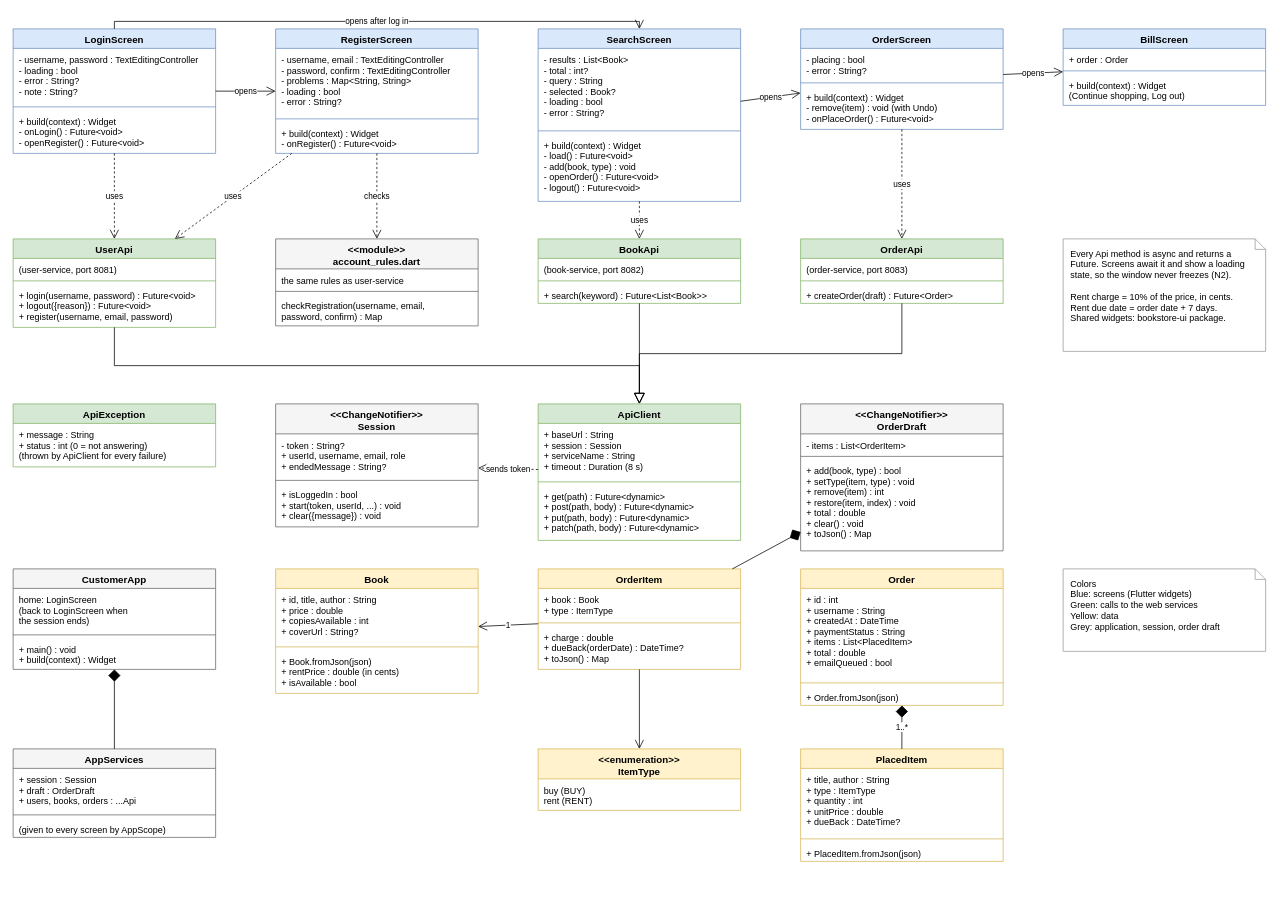
Above: docs/02-design/diagrams/class-customer-app.drawio in KFUPMer/csce310-bookstore (draw.io), before the change. Source tidied: cells renumbered, new cells numbered last; positions are measured from the earlier drawing's top-left corner, leaving out a move shared by most shapes. Both pictures are drawn from the tidied source at 75%, with x=0, y=0 at pixel (13, 28).
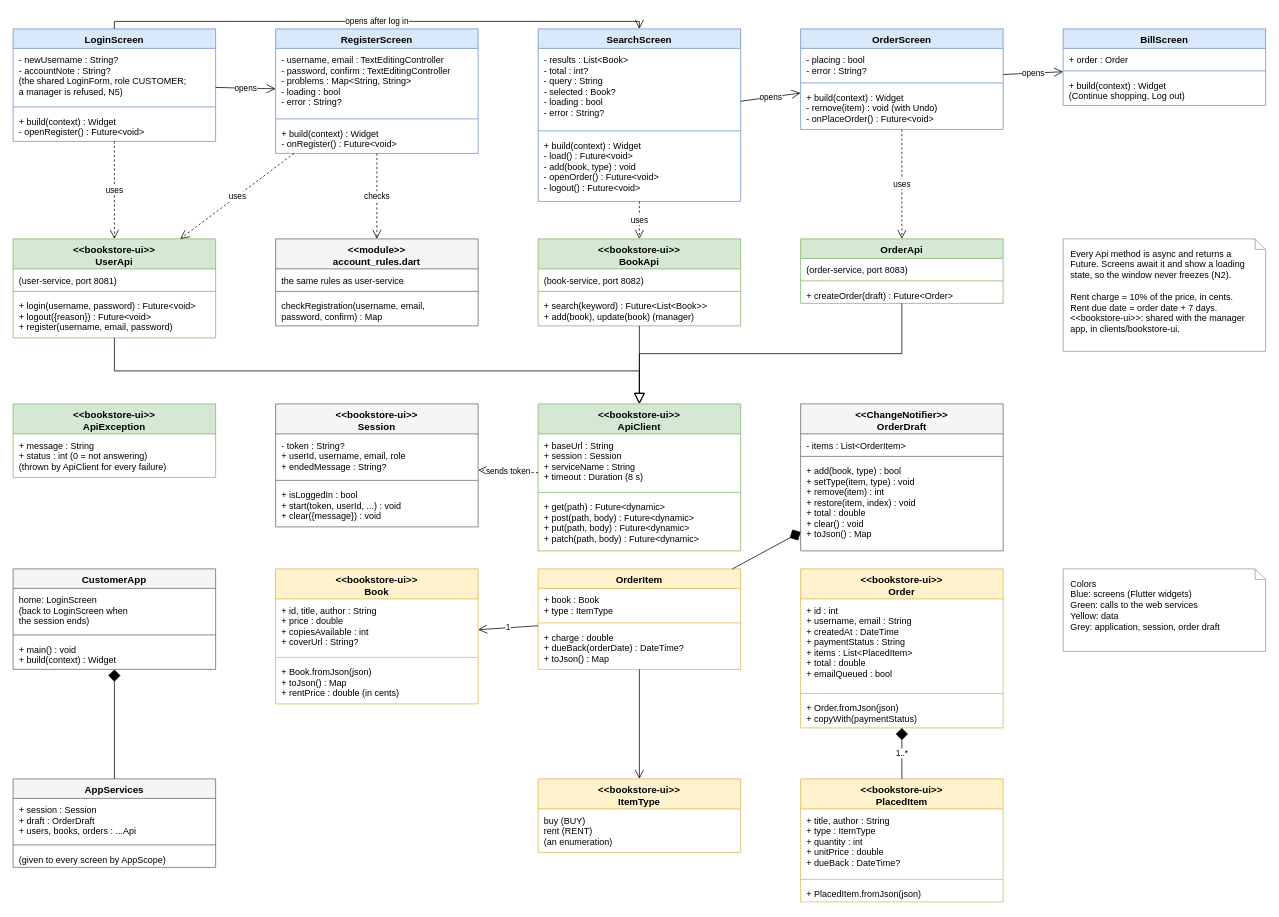
After the change.

Change to the diagram source:
```diff
@@
     <mxCell id="2" value="LoginScreen" style="swimlane;fontStyle=1;align=center;verticalAlign=top;horizontal=1;startSize=26;fillColor=#dae8fc;strokeColor=#6c8ebf;fontSize=13;" parent="1" vertex="1">
-      <mxGeometry width="270" height="166" as="geometry" />
+      <mxGeometry width="270" height="150" as="geometry" />
     </mxCell>
-    <mxCell id="3" value="- username, password : TextEditingController&#10;- loading : bool&#10;- error : String?&#10;- note : String?" style="text;strokeColor=none;fillColor=none;align=left;verticalAlign=top;spacingLeft=6;spacingRight=4;spacingTop=2;overflow=hidden;fontSize=12;" parent="2" vertex="1">
+    <mxCell id="3" value="- newUsername : String?&#10;- accountNote : String?&#10;(the shared LoginForm, role CUSTOMER;&#10; a manager is refused, N5)" style="text;strokeColor=none;fillColor=none;align=left;verticalAlign=top;spacingLeft=6;spacingRight=4;spacingTop=2;overflow=hidden;fontSize=12;" parent="2" vertex="1">
       <mxGeometry y="26" width="270" height="74" as="geometry" />
     </mxCell>
@@
-    <mxCell id="5" value="+ build(context) : Widget&#10;- onLogin() : Future&lt;void&gt;&#10;- openRegister() : Future&lt;void&gt;" style="text;strokeColor=none;fillColor=none;align=left;verticalAlign=top;spacingLeft=6;spacingRight=4;spacingTop=2;overflow=hidden;fontSize=12;" parent="2" vertex="1">
-      <mxGeometry y="108" width="270" height="58" as="geometry" />
+    <mxCell id="5" value="+ build(context) : Widget&#10;- openRegister() : Future&lt;void&gt;" style="text;strokeColor=none;fillColor=none;align=left;verticalAlign=top;spacingLeft=6;spacingRight=4;spacingTop=2;overflow=hidden;fontSize=12;" parent="2" vertex="1">
+      <mxGeometry y="108" width="270" height="42" as="geometry" />
     </mxCell>
@@
-    <mxCell id="22" value="UserApi" style="swimlane;fontStyle=1;align=center;verticalAlign=top;horizontal=1;startSize=26;fillColor=#d5e8d4;strokeColor=#82b366;fontSize=13;" parent="1" vertex="1">
-      <mxGeometry y="280" width="270" height="118" as="geometry" />
+    <mxCell id="22" value="&lt;&lt;bookstore-ui&gt;&gt;&#10;UserApi" style="swimlane;fontStyle=1;align=center;verticalAlign=top;horizontal=1;startSize=40;fillColor=#d5e8d4;strokeColor=#82b366;fontSize=13;" parent="1" vertex="1">
+      <mxGeometry y="280" width="270" height="132" as="geometry" />
     </mxCell>
     <mxCell id="23" value="(user-service, port 8081)" style="text;strokeColor=none;fillColor=none;align=left;verticalAlign=top;spacingLeft=6;spacingRight=4;spacingTop=2;overflow=hidden;fontSize=12;" parent="22" vertex="1">
-      <mxGeometry y="26" width="270" height="26" as="geometry" />
+      <mxGeometry y="40" width="270" height="26" as="geometry" />
     </mxCell>
     <mxCell id="24" style="line;strokeWidth=1;fillColor=none;align=left;verticalAlign=middle;spacingTop=-1;spacingLeft=3;spacingRight=3;labelPosition=right;strokeColor=inherit;" parent="22" vertex="1">
-      <mxGeometry y="52" width="270" height="8" as="geometry" />
+      <mxGeometry y="66" width="270" height="8" as="geometry" />
     </mxCell>
     <mxCell id="25" value="+ login(username, password) : Future&lt;void&gt;&#10;+ logout({reason}) : Future&lt;void&gt;&#10;+ register(username, email, password)" style="text;strokeColor=none;fillColor=none;align=left;verticalAlign=top;spacingLeft=6;spacingRight=4;spacingTop=2;overflow=hidden;fontSize=12;" parent="22" vertex="1">
-      <mxGeometry y="60" width="270" height="58" as="geometry" />
+      <mxGeometry y="74" width="270" height="58" as="geometry" />
     </mxCell>
@@
-    <mxCell id="30" value="BookApi" style="swimlane;fontStyle=1;align=center;verticalAlign=top;horizontal=1;startSize=26;fillColor=#d5e8d4;strokeColor=#82b366;fontSize=13;" parent="1" vertex="1">
-      <mxGeometry x="700" y="280" width="270" height="86" as="geometry" />
+    <mxCell id="30" value="&lt;&lt;bookstore-ui&gt;&gt;&#10;BookApi" style="swimlane;fontStyle=1;align=center;verticalAlign=top;horizontal=1;startSize=40;fillColor=#d5e8d4;strokeColor=#82b366;fontSize=13;" parent="1" vertex="1">
+      <mxGeometry x="700" y="280" width="270" height="116" as="geometry" />
     </mxCell>
     <mxCell id="31" value="(book-service, port 8082)" style="text;strokeColor=none;fillColor=none;align=left;verticalAlign=top;spacingLeft=6;spacingRight=4;spacingTop=2;overflow=hidden;fontSize=12;" parent="30" vertex="1">
-      <mxGeometry y="26" width="270" height="26" as="geometry" />
+      <mxGeometry y="40" width="270" height="26" as="geometry" />
     </mxCell>
     <mxCell id="32" style="line;strokeWidth=1;fillColor=none;align=left;verticalAlign=middle;spacingTop=-1;spacingLeft=3;spacingRight=3;labelPosition=right;strokeColor=inherit;" parent="30" vertex="1">
-      <mxGeometry y="52" width="270" height="8" as="geometry" />
+      <mxGeometry y="66" width="270" height="8" as="geometry" />
     </mxCell>
-    <mxCell id="33" value="+ search(keyword) : Future&lt;List&lt;Book&gt;&gt;" style="text;strokeColor=none;fillColor=none;align=left;verticalAlign=top;spacingLeft=6;spacingRight=4;spacingTop=2;overflow=hidden;fontSize=12;" parent="30" vertex="1">
-      <mxGeometry y="60" width="270" height="26" as="geometry" />
+    <mxCell id="33" value="+ search(keyword) : Future&lt;List&lt;Book&gt;&gt;&#10;+ add(book), update(book)  (manager)" style="text;strokeColor=none;fillColor=none;align=left;verticalAlign=top;spacingLeft=6;spacingRight=4;spacingTop=2;overflow=hidden;fontSize=12;" parent="30" vertex="1">
+      <mxGeometry y="74" width="270" height="42" as="geometry" />
     </mxCell>
@@
-    <mxCell id="38" value="ApiException" style="swimlane;fontStyle=1;align=center;verticalAlign=top;horizontal=1;startSize=26;fillColor=#d5e8d4;strokeColor=#82b366;fontSize=13;" parent="1" vertex="1">
-      <mxGeometry y="500" width="270" height="84" as="geometry" />
+    <mxCell id="38" value="&lt;&lt;bookstore-ui&gt;&gt;&#10;ApiException" style="swimlane;fontStyle=1;align=center;verticalAlign=top;horizontal=1;startSize=40;fillColor=#d5e8d4;strokeColor=#82b366;fontSize=13;" parent="1" vertex="1">
+      <mxGeometry y="500" width="270" height="98" as="geometry" />
     </mxCell>
     <mxCell id="39" value="+ message : String&#10;+ status : int  (0 = not answering)&#10;(thrown by ApiClient for every failure)" style="text;strokeColor=none;fillColor=none;align=left;verticalAlign=top;spacingLeft=6;spacingRight=4;spacingTop=2;overflow=hidden;fontSize=12;" parent="38" vertex="1">
-      <mxGeometry y="26" width="270" height="58" as="geometry" />
+      <mxGeometry y="40" width="270" height="58" as="geometry" />
     </mxCell>
-    <mxCell id="40" value="&lt;&lt;ChangeNotifier&gt;&gt;&#10;Session" style="swimlane;fontStyle=1;align=center;verticalAlign=top;horizontal=1;startSize=40;fillColor=#f5f5f5;strokeColor=#666666;fontSize=13;" parent="1" vertex="1">
+    <mxCell id="40" value="&lt;&lt;bookstore-ui&gt;&gt;&#10;Session" style="swimlane;fontStyle=1;align=center;verticalAlign=top;horizontal=1;startSize=40;fillColor=#f5f5f5;strokeColor=#666666;fontSize=13;" parent="1" vertex="1">
       <mxGeometry x="350" y="500" width="270" height="164" as="geometry" />
     </mxCell>
@@
-    <mxCell id="44" value="ApiClient" style="swimlane;fontStyle=1;align=center;verticalAlign=top;horizontal=1;startSize=26;fillColor=#d5e8d4;strokeColor=#82b366;fontSize=13;" parent="1" vertex="1">
-      <mxGeometry x="700" y="500" width="270" height="182" as="geometry" />
+    <mxCell id="44" value="&lt;&lt;bookstore-ui&gt;&gt;&#10;ApiClient" style="swimlane;fontStyle=1;align=center;verticalAlign=top;horizontal=1;startSize=40;fillColor=#d5e8d4;strokeColor=#82b366;fontSize=13;" parent="1" vertex="1">
+      <mxGeometry x="700" y="500" width="270" height="196" as="geometry" />
     </mxCell>
     <mxCell id="45" value="+ baseUrl : String&#10;+ session : Session&#10;+ serviceName : String&#10;+ timeout : Duration  (8 s)" style="text;strokeColor=none;fillColor=none;align=left;verticalAlign=top;spacingLeft=6;spacingRight=4;spacingTop=2;overflow=hidden;fontSize=12;" parent="44" vertex="1">
-      <mxGeometry y="26" width="270" height="74" as="geometry" />
+      <mxGeometry y="40" width="270" height="74" as="geometry" />
     </mxCell>
     <mxCell id="46" style="line;strokeWidth=1;fillColor=none;align=left;verticalAlign=middle;spacingTop=-1;spacingLeft=3;spacingRight=3;labelPosition=right;strokeColor=inherit;" parent="44" vertex="1">
-      <mxGeometry y="100" width="270" height="8" as="geometry" />
+      <mxGeometry y="114" width="270" height="8" as="geometry" />
     </mxCell>
     <mxCell id="47" value="+ get(path) : Future&lt;dynamic&gt;&#10;+ post(path, body) : Future&lt;dynamic&gt;&#10;+ put(path, body) : Future&lt;dynamic&gt;&#10;+ patch(path, body) : Future&lt;dynamic&gt;" style="text;strokeColor=none;fillColor=none;align=left;verticalAlign=top;spacingLeft=6;spacingRight=4;spacingTop=2;overflow=hidden;fontSize=12;" parent="44" vertex="1">
-      <mxGeometry y="108" width="270" height="74" as="geometry" />
+      <mxGeometry y="122" width="270" height="74" as="geometry" />
     </mxCell>
@@
-    <mxCell id="56" value="Book" style="swimlane;fontStyle=1;align=center;verticalAlign=top;horizontal=1;startSize=26;fillColor=#fff2cc;strokeColor=#d6b656;fontSize=13;" parent="1" vertex="1">
-      <mxGeometry x="350" y="720" width="270" height="166" as="geometry" />
+    <mxCell id="56" value="&lt;&lt;bookstore-ui&gt;&gt;&#10;Book" style="swimlane;fontStyle=1;align=center;verticalAlign=top;horizontal=1;startSize=40;fillColor=#fff2cc;strokeColor=#d6b656;fontSize=13;" parent="1" vertex="1">
+      <mxGeometry x="350" y="720" width="270" height="180" as="geometry" />
     </mxCell>
     <mxCell id="57" value="+ id, title, author : String&#10;+ price : double&#10;+ copiesAvailable : int&#10;+ coverUrl : String?" style="text;strokeColor=none;fillColor=none;align=left;verticalAlign=top;spacingLeft=6;spacingRight=4;spacingTop=2;overflow=hidden;fontSize=12;" parent="56" vertex="1">
-      <mxGeometry y="26" width="270" height="74" as="geometry" />
+      <mxGeometry y="40" width="270" height="74" as="geometry" />
     </mxCell>
     <mxCell id="58" style="line;strokeWidth=1;fillColor=none;align=left;verticalAlign=middle;spacingTop=-1;spacingLeft=3;spacingRight=3;labelPosition=right;strokeColor=inherit;" parent="56" vertex="1">
-      <mxGeometry y="100" width="270" height="8" as="geometry" />
+      <mxGeometry y="114" width="270" height="8" as="geometry" />
     </mxCell>
-    <mxCell id="59" value="+ Book.fromJson(json)&#10;+ rentPrice : double  (in cents)&#10;+ isAvailable : bool" style="text;strokeColor=none;fillColor=none;align=left;verticalAlign=top;spacingLeft=6;spacingRight=4;spacingTop=2;overflow=hidden;fontSize=12;" parent="56" vertex="1">
-      <mxGeometry y="108" width="270" height="58" as="geometry" />
+    <mxCell id="59" value="+ Book.fromJson(json)&#10;+ toJson() : Map&#10;+ rentPrice : double  (in cents)" style="text;strokeColor=none;fillColor=none;align=left;verticalAlign=top;spacingLeft=6;spacingRight=4;spacingTop=2;overflow=hidden;fontSize=12;" parent="56" vertex="1">
+      <mxGeometry y="122" width="270" height="58" as="geometry" />
     </mxCell>
@@
-    <mxCell id="64" value="Order" style="swimlane;fontStyle=1;align=center;verticalAlign=top;horizontal=1;startSize=26;fillColor=#fff2cc;strokeColor=#d6b656;fontSize=13;" parent="1" vertex="1">
-      <mxGeometry x="1050" y="720" width="270" height="182" as="geometry" />
+    <mxCell id="64" value="&lt;&lt;bookstore-ui&gt;&gt;&#10;Order" style="swimlane;fontStyle=1;align=center;verticalAlign=top;horizontal=1;startSize=40;fillColor=#fff2cc;strokeColor=#d6b656;fontSize=13;" parent="1" vertex="1">
+      <mxGeometry x="1050" y="720" width="270" height="212" as="geometry" />
     </mxCell>
-    <mxCell id="65" value="+ id : int&#10;+ username : String&#10;+ createdAt : DateTime&#10;+ paymentStatus : String&#10;+ items : List&lt;PlacedItem&gt;&#10;+ total : double&#10;+ emailQueued : bool" style="text;strokeColor=none;fillColor=none;align=left;verticalAlign=top;spacingLeft=6;spacingRight=4;spacingTop=2;overflow=hidden;fontSize=12;" parent="64" vertex="1">
-      <mxGeometry y="26" width="270" height="122" as="geometry" />
+    <mxCell id="65" value="+ id : int&#10;+ username, email : String&#10;+ createdAt : DateTime&#10;+ paymentStatus : String&#10;+ items : List&lt;PlacedItem&gt;&#10;+ total : double&#10;+ emailQueued : bool" style="text;strokeColor=none;fillColor=none;align=left;verticalAlign=top;spacingLeft=6;spacingRight=4;spacingTop=2;overflow=hidden;fontSize=12;" parent="64" vertex="1">
+      <mxGeometry y="40" width="270" height="122" as="geometry" />
     </mxCell>
     <mxCell id="66" style="line;strokeWidth=1;fillColor=none;align=left;verticalAlign=middle;spacingTop=-1;spacingLeft=3;spacingRight=3;labelPosition=right;strokeColor=inherit;" parent="64" vertex="1">
-      <mxGeometry y="148" width="270" height="8" as="geometry" />
+      <mxGeometry y="162" width="270" height="8" as="geometry" />
     </mxCell>
-    <mxCell id="67" value="+ Order.fromJson(json)" style="text;strokeColor=none;fillColor=none;align=left;verticalAlign=top;spacingLeft=6;spacingRight=4;spacingTop=2;overflow=hidden;fontSize=12;" parent="64" vertex="1">
-      <mxGeometry y="156" width="270" height="26" as="geometry" />
+    <mxCell id="67" value="+ Order.fromJson(json)&#10;+ copyWith(paymentStatus)" style="text;strokeColor=none;fillColor=none;align=left;verticalAlign=top;spacingLeft=6;spacingRight=4;spacingTop=2;overflow=hidden;fontSize=12;" parent="64" vertex="1">
+      <mxGeometry y="170" width="270" height="42" as="geometry" />
     </mxCell>
     <mxCell id="68" value="AppServices" style="swimlane;fontStyle=1;align=center;verticalAlign=top;horizontal=1;startSize=26;fillColor=#f5f5f5;strokeColor=#666666;fontSize=13;" parent="1" vertex="1">
-      <mxGeometry y="960" width="270" height="118" as="geometry" />
+      <mxGeometry y="1000" width="270" height="118" as="geometry" />
     </mxCell>
@@
-    <mxCell id="72" value="&lt;&lt;enumeration&gt;&gt;&#10;ItemType" style="swimlane;fontStyle=1;align=center;verticalAlign=top;horizontal=1;startSize=40;fillColor=#fff2cc;strokeColor=#d6b656;fontSize=13;" parent="1" vertex="1">
-      <mxGeometry x="700" y="960" width="270" height="82" as="geometry" />
+    <mxCell id="72" value="&lt;&lt;bookstore-ui&gt;&gt;&#10;ItemType" style="swimlane;fontStyle=1;align=center;verticalAlign=top;horizontal=1;startSize=40;fillColor=#fff2cc;strokeColor=#d6b656;fontSize=13;" parent="1" vertex="1">
+      <mxGeometry x="700" y="1000" width="270" height="98" as="geometry" />
     </mxCell>
-    <mxCell id="73" value="buy (BUY)&#10;rent (RENT)" style="text;strokeColor=none;fillColor=none;align=left;verticalAlign=top;spacingLeft=6;spacingRight=4;spacingTop=2;overflow=hidden;fontSize=12;" parent="72" vertex="1">
-      <mxGeometry y="40" width="270" height="42" as="geometry" />
+    <mxCell id="73" value="buy (BUY)&#10;rent (RENT)&#10;(an enumeration)" style="text;strokeColor=none;fillColor=none;align=left;verticalAlign=top;spacingLeft=6;spacingRight=4;spacingTop=2;overflow=hidden;fontSize=12;" parent="72" vertex="1">
+      <mxGeometry y="40" width="270" height="58" as="geometry" />
     </mxCell>
-    <mxCell id="74" value="PlacedItem" style="swimlane;fontStyle=1;align=center;verticalAlign=top;horizontal=1;startSize=26;fillColor=#fff2cc;strokeColor=#d6b656;fontSize=13;" parent="1" vertex="1">
-      <mxGeometry x="1050" y="960" width="270" height="150" as="geometry" />
+    <mxCell id="74" value="&lt;&lt;bookstore-ui&gt;&gt;&#10;PlacedItem" style="swimlane;fontStyle=1;align=center;verticalAlign=top;horizontal=1;startSize=40;fillColor=#fff2cc;strokeColor=#d6b656;fontSize=13;" parent="1" vertex="1">
+      <mxGeometry x="1050" y="1000" width="270" height="164" as="geometry" />
     </mxCell>
     <mxCell id="75" value="+ title, author : String&#10;+ type : ItemType&#10;+ quantity : int&#10;+ unitPrice : double&#10;+ dueBack : DateTime?" style="text;strokeColor=none;fillColor=none;align=left;verticalAlign=top;spacingLeft=6;spacingRight=4;spacingTop=2;overflow=hidden;fontSize=12;" parent="74" vertex="1">
-      <mxGeometry y="26" width="270" height="90" as="geometry" />
+      <mxGeometry y="40" width="270" height="90" as="geometry" />
     </mxCell>
     <mxCell id="76" style="line;strokeWidth=1;fillColor=none;align=left;verticalAlign=middle;spacingTop=-1;spacingLeft=3;spacingRight=3;labelPosition=right;strokeColor=inherit;" parent="74" vertex="1">
-      <mxGeometry y="116" width="270" height="8" as="geometry" />
+      <mxGeometry y="130" width="270" height="8" as="geometry" />
     </mxCell>
     <mxCell id="77" value="+ PlacedItem.fromJson(json)" style="text;strokeColor=none;fillColor=none;align=left;verticalAlign=top;spacingLeft=6;spacingRight=4;spacingTop=2;overflow=hidden;fontSize=12;" parent="74" vertex="1">
-      <mxGeometry y="124" width="270" height="26" as="geometry" />
+      <mxGeometry y="138" width="270" height="26" as="geometry" />
     </mxCell>
@@
-    <mxCell id="96" value="Every Api method is async and returns a&#10;Future. Screens await it and show a loading&#10;state, so the window never freezes (N2).&#10;&#10;Rent charge = 10% of the price, in cents.&#10;Rent due date = order date + 7 days.&#10;Shared widgets: bookstore-ui package." style="shape=note;size=14;whiteSpace=wrap;align=left;verticalAlign=top;spacingLeft=8;spacingTop=6;fillColor=#ffffff;strokeColor=#999999;fontSize=12;" parent="1" vertex="1">
+    <mxCell id="96" value="Every Api method is async and returns a&#10;Future. Screens await it and show a loading&#10;state, so the window never freezes (N2).&#10;&#10;Rent charge = 10% of the price, in cents.&#10;Rent due date = order date + 7 days.&#10;&lt;&lt;bookstore-ui&gt;&gt;: shared with the manager&#10;app, in clients/bookstore-ui." style="shape=note;size=14;whiteSpace=wrap;align=left;verticalAlign=top;spacingLeft=8;spacingTop=6;fillColor=#ffffff;strokeColor=#999999;fontSize=12;" parent="1" vertex="1">
       <mxGeometry x="1400" y="280" width="270" height="150" as="geometry" />
     </mxCell>
```
